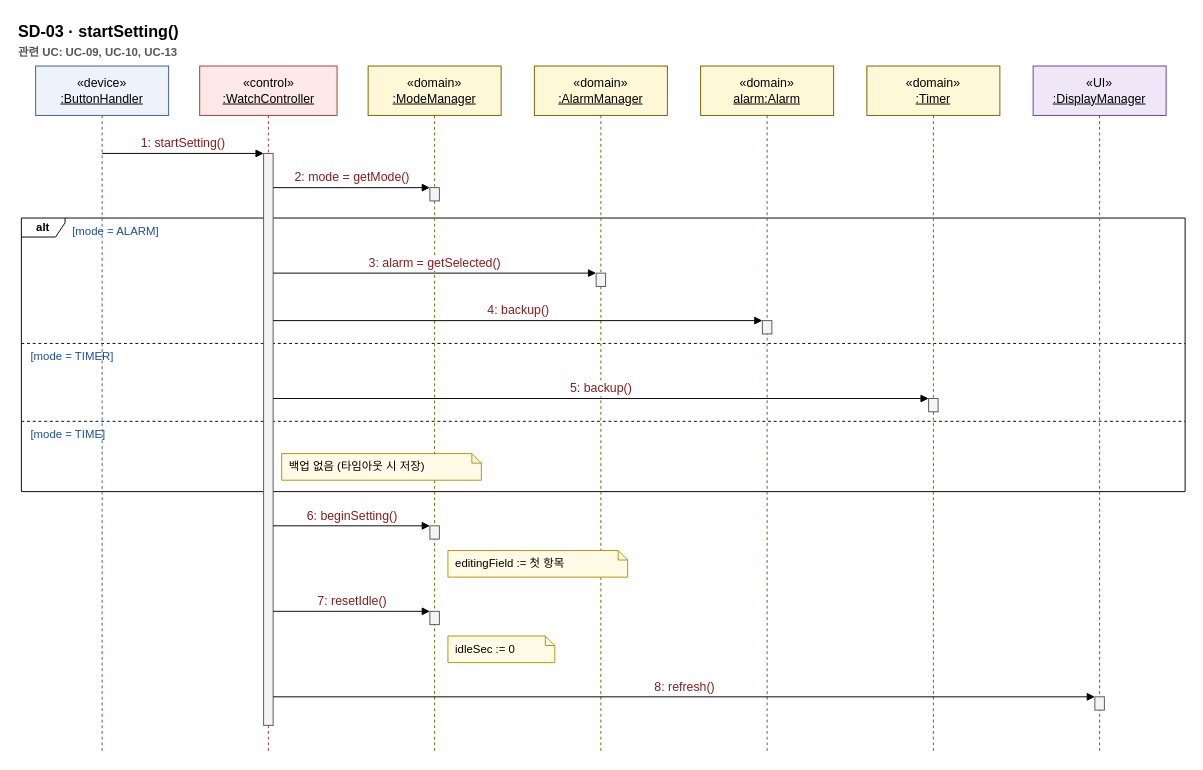
This is page "SD-03 startSetting()" (3 of 16) of docs/OOAD/practice/sd/DigitalWatch_SequenceDiagrams.drawio from sspring2048/AssoArch, a draw.io file, before an edit. Source tidied: cells renumbered, new cells numbered last; positions are measured from the earlier drawing's top-left corner, leaving out a move shared by most shapes. Both pictures are drawn from the tidied source at 95%, with x=0, y=0 at pixel (16, 16).
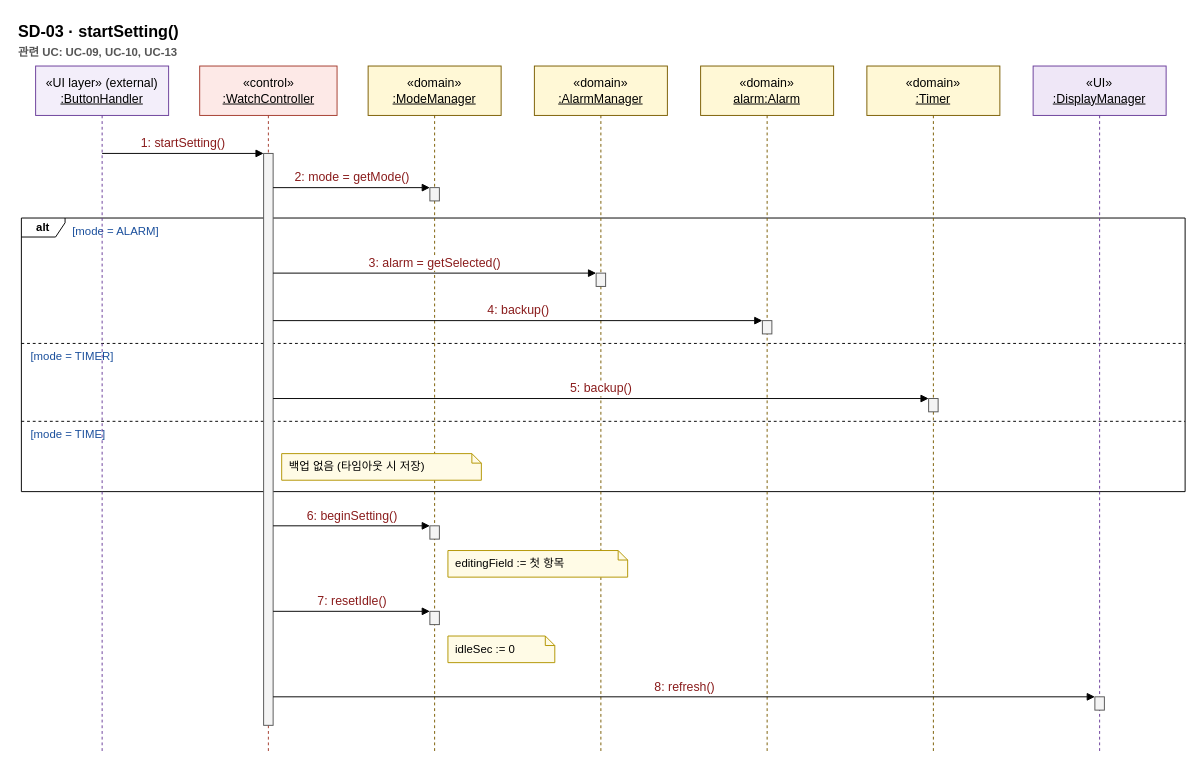
The same diagram, later.

The edit, as a diff of the source:
```diff
@@
-    <mxCell id="9" value="«device»&lt;br&gt;&lt;u&gt;:ButtonHandler&lt;/u&gt;" style="shape=umlLifeline;perimeter=lifelinePerimeter;whiteSpace=wrap;html=1;size=52;fillColor=#eef2fa;strokeColor=#3b5b92;fontSize=13;" parent="1" vertex="1">
+    <mxCell id="9" value="«UI layer» (external)&lt;br&gt;&lt;u&gt;:ButtonHandler&lt;/u&gt;" style="shape=umlLifeline;perimeter=lifelinePerimeter;whiteSpace=wrap;html=1;size=52;fillColor=#f3eefa;strokeColor=#6a3d9a;fontSize=13;" parent="1" vertex="1">
       <mxGeometry x="20" y="52" width="140" height="724" as="geometry" />
     </mxCell>
```
